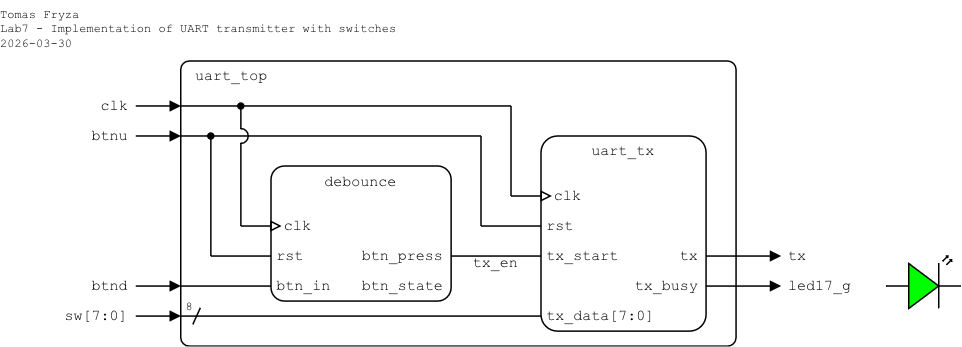
Earlier version of the draw.io export lab7-uart/images/top-level_ver1.png (tomas-fryza/verilog-examples). Source tidied: cells renumbered, new cells last; positions are measured from the earlier drawing's top-left corner, leaving out a move shared by most shapes.
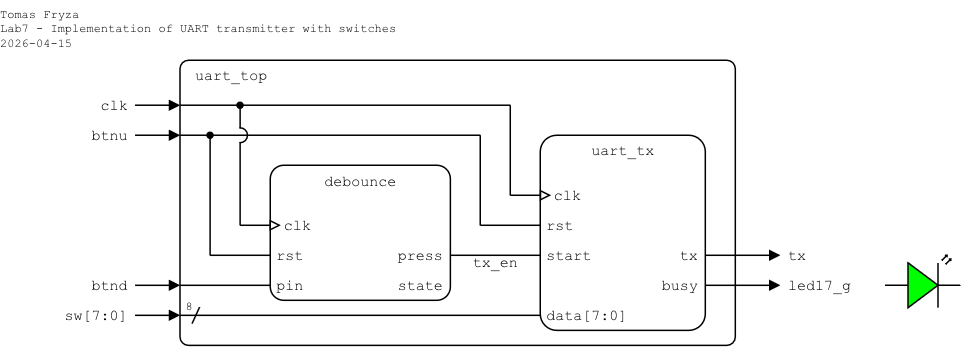
Above is the later version.

Diff of the diagram source:
```diff
@@ -8,8 +8,8 @@
     <mxCell id="3" value="&lt;div&gt;uart_tx&lt;/div&gt;" style="rounded=1;arcSize=10;align=center;verticalAlign=top;fontFamily=Courier New;absoluteArcSize=0;fillColor=none;fixDash=0;fontSize=10;spacingLeft=0;labelBorderColor=none;spacingTop=0;spacing=0;labelBackgroundColor=none;whiteSpace=wrap;html=1;strokeWidth=1;shadow=0;glass=0;" parent="1" vertex="1">
       <mxGeometry x="360" y="90" width="110" height="130" as="geometry" />
     </mxCell>
-    <mxCell id="4" value="tx_data[7:0]" style="text;html=1;align=left;verticalAlign=middle;whiteSpace=wrap;rounded=0;fontFamily=Courier New;fontSize=10;fillOpacity=100;spacingLeft=5;spacing=0;" parent="1" vertex="1">
-      <mxGeometry x="359.4" y="200" width="80.6" height="20" as="geometry" />
+    <mxCell id="4" value="data[7:0]" style="text;html=1;align=left;verticalAlign=middle;whiteSpace=wrap;rounded=0;fontFamily=Courier New;fontSize=10;fillOpacity=100;spacingLeft=5;spacing=0;" parent="1" vertex="1">
+      <mxGeometry x="359.4" y="200" width="70.6" height="20" as="geometry" />
     </mxCell>
     <mxCell id="5" value="clk" style="text;html=1;align=left;verticalAlign=middle;whiteSpace=wrap;rounded=0;fontFamily=Courier New;fontSize=10;fillOpacity=100;spacing=0;spacingLeft=10;" parent="1" vertex="1">
       <mxGeometry x="359.4" y="120" width="30.6" height="20" as="geometry" />
@@ -17,8 +17,8 @@
     <mxCell id="6" value="tx" style="text;html=1;align=right;verticalAlign=middle;whiteSpace=wrap;rounded=0;fontFamily=Courier New;fontSize=10;fillOpacity=100;spacing=0;spacingRight=5;" parent="1" vertex="1">
       <mxGeometry x="440" y="160" width="30" height="20" as="geometry" />
     </mxCell>
-    <mxCell id="7" value="tx_start" style="text;html=1;align=left;verticalAlign=middle;whiteSpace=wrap;rounded=0;fontFamily=Courier New;fontSize=10;fillOpacity=100;spacingLeft=5;spacing=0;" parent="1" vertex="1">
-      <mxGeometry x="359.4" y="160" width="60.6" height="20" as="geometry" />
+    <mxCell id="7" value="start" style="text;html=1;align=left;verticalAlign=middle;whiteSpace=wrap;rounded=0;fontFamily=Courier New;fontSize=10;fillOpacity=100;spacingLeft=5;spacing=0;" parent="1" vertex="1">
+      <mxGeometry x="359.4" y="160" width="50.6" height="20" as="geometry" />
     </mxCell>
     <mxCell id="8" style="endArrow=block;html=1;rounded=0;endFill=1;orthogonal=1;endSize=5;startSize=5;spacing=0;" parent="1" edge="1">
       <mxGeometry relative="1" as="geometry">
@@ -29,8 +29,8 @@
     <mxCell id="9" value="tx" style="text;html=1;align=left;verticalAlign=middle;whiteSpace=wrap;rounded=0;fontFamily=Courier New;fontSize=10;fillOpacity=100;spacing=0;spacingLeft=5;" parent="1" vertex="1">
       <mxGeometry x="520" y="160" width="90" height="20" as="geometry" />
     </mxCell>
-    <mxCell id="10" value="tx_busy" style="text;html=1;align=right;verticalAlign=middle;whiteSpace=wrap;rounded=0;fontFamily=Courier New;fontSize=10;fillOpacity=100;spacing=0;spacingRight=5;" parent="1" vertex="1">
-      <mxGeometry x="390" y="180" width="80" height="20" as="geometry" />
+    <mxCell id="10" value="busy" style="text;html=1;align=right;verticalAlign=middle;whiteSpace=wrap;rounded=0;fontFamily=Courier New;fontSize=10;fillOpacity=100;spacing=0;spacingRight=5;" parent="1" vertex="1">
+      <mxGeometry x="430" y="180" width="40" height="20" as="geometry" />
     </mxCell>
     <mxCell id="11" style="endArrow=block;html=1;rounded=0;endFill=1;orthogonal=1;endSize=5;startSize=5;spacing=0;" parent="1" edge="1">
       <mxGeometry relative="1" as="geometry">
@@ -44,7 +44,7 @@
     <mxCell id="13" value="rst" style="text;html=1;align=left;verticalAlign=middle;whiteSpace=wrap;rounded=0;fontFamily=Courier New;fontSize=10;fillOpacity=100;spacingLeft=5;spacing=0;" parent="1" vertex="1">
       <mxGeometry x="359.4" y="140" width="30.6" height="20" as="geometry" />
     </mxCell>
-    <mxCell id="14" value="&lt;div&gt;Tomas Fryza&lt;/div&gt;&lt;div&gt;Lab7 - Implementation of UART transmitter with switches&lt;/div&gt;&lt;div&gt;2026-03-30&lt;/div&gt;" style="text;html=1;align=left;verticalAlign=top;whiteSpace=wrap;rounded=0;fontFamily=Courier New;fontSize=8;fillOpacity=100;spacing=0;spacingLeft=0;" parent="1" vertex="1">
+    <mxCell id="14" value="&lt;div&gt;Tomas Fryza&lt;/div&gt;&lt;div&gt;Lab7 - Implementation of UART transmitter with switches&lt;/div&gt;&lt;div&gt;2026-04-15&lt;/div&gt;" style="text;html=1;align=left;verticalAlign=top;whiteSpace=wrap;rounded=0;fontFamily=Courier New;fontSize=8;fillOpacity=100;spacing=0;spacingLeft=0;" parent="1" vertex="1">
       <mxGeometry width="280" height="40" as="geometry" />
     </mxCell>
     <mxCell id="15" style="endArrow=block;html=1;rounded=0;endFill=1;endSize=5;startSize=5;" parent="1" edge="1">
@@ -92,7 +92,7 @@
         <mxPoint x="187.2" y="150" as="targetPoint" />
       </mxGeometry>
     </mxCell>
-    <mxCell id="25" value="btn_state" style="text;html=1;align=right;verticalAlign=middle;whiteSpace=wrap;rounded=0;fontFamily=Courier New;fontSize=10;fillOpacity=100;spacing=0;spacingRight=5;" parent="1" vertex="1">
+    <mxCell id="25" value="state" style="text;html=1;align=right;verticalAlign=middle;whiteSpace=wrap;rounded=0;fontFamily=Courier New;fontSize=10;fillOpacity=100;spacing=0;spacingRight=5;" parent="1" vertex="1">
       <mxGeometry x="250" y="180" width="50" height="20" as="geometry" />
     </mxCell>
     <mxCell id="26" style="verticalLabelPosition=bottom;verticalAlign=top;html=1;shape=mxgraph.basic.arc;startAngle=0.75;endAngle=0.25;rotation=90;" parent="1" vertex="1">
@@ -110,7 +110,7 @@
         <mxPoint x="160" y="94.5" as="targetPoint" />
       </mxGeometry>
     </mxCell>
-    <mxCell id="29" value="btn_in" style="text;html=1;align=left;verticalAlign=middle;whiteSpace=wrap;rounded=0;fontFamily=Courier New;fontSize=10;fillOpacity=100;spacingLeft=5;spacing=0;" parent="1" vertex="1">
+    <mxCell id="29" value="pin" style="text;html=1;align=left;verticalAlign=middle;whiteSpace=wrap;rounded=0;fontFamily=Courier New;fontSize=10;fillOpacity=100;spacingLeft=5;spacing=0;" parent="1" vertex="1">
       <mxGeometry x="179.4" y="180" width="50.6" height="20" as="geometry" />
     </mxCell>
     <mxCell id="30" style="endArrow=none;html=1;rounded=0;endFill=0;endSize=5;startSize=5;" parent="1" edge="1">
@@ -131,7 +131,7 @@
         <mxPoint x="320" y="90" as="targetPoint" />
       </mxGeometry>
     </mxCell>
-    <mxCell id="33" value="btn_press" style="text;html=1;align=right;verticalAlign=middle;whiteSpace=wrap;rounded=0;fontFamily=Courier New;fontSize=10;fillOpacity=100;spacing=0;spacingRight=5;" parent="1" vertex="1">
+    <mxCell id="33" value="press" style="text;html=1;align=right;verticalAlign=middle;whiteSpace=wrap;rounded=0;fontFamily=Courier New;fontSize=10;fillOpacity=100;spacing=0;spacingRight=5;" parent="1" vertex="1">
       <mxGeometry x="230" y="160" width="70" height="20" as="geometry" />
     </mxCell>
     <mxCell id="34" style="endArrow=none;html=1;rounded=0;startArrow=oval;startFill=1;endSize=4;startSize=4;" parent="1" edge="1">
```
